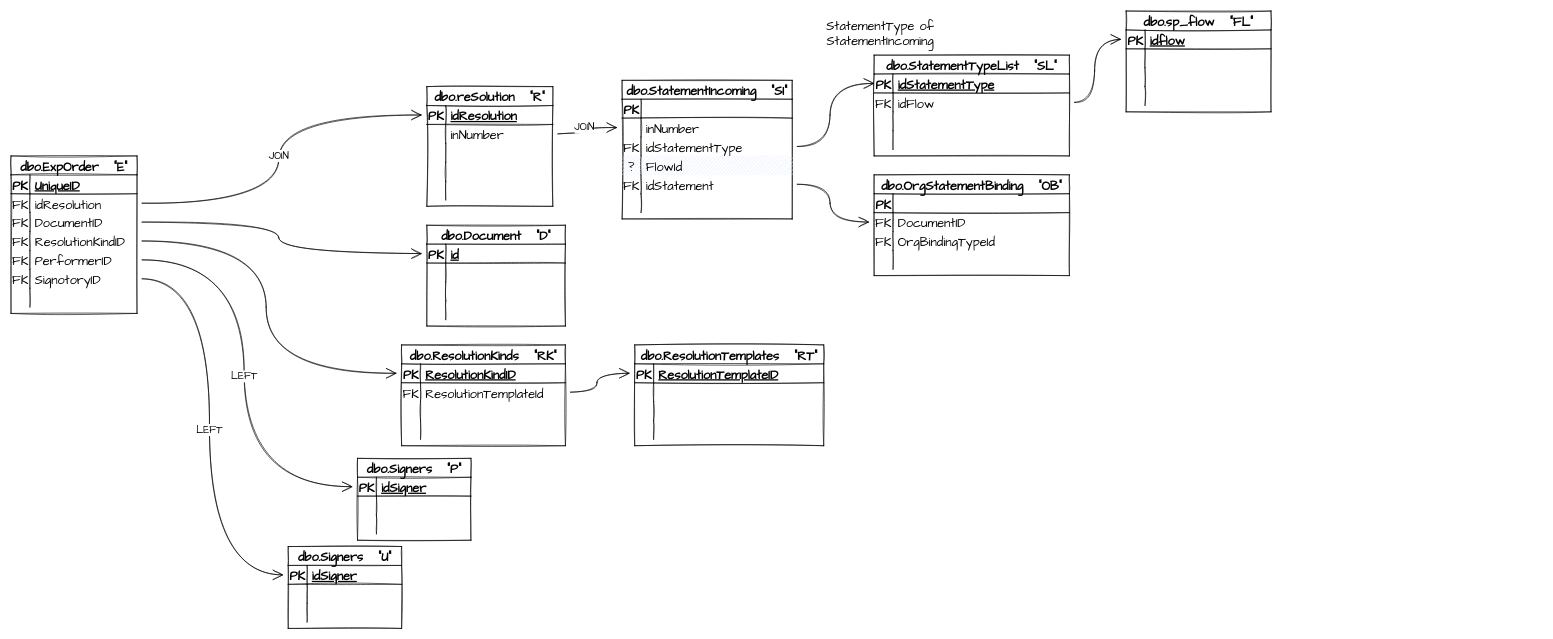
Earlier version of the draw.io diagram SQL/GRLS/dbo/StoredProc/GetRpTaskBMCP.sql/GetRpTaskBMCP.drawio (davyd0ff/so-line-grls). Source tidied: cells renumbered, new cells numbered last; positions are measured from the earlier drawing's top-left corner, leaving out a move shared by most shapes. Both pictures are drawn from the tidied source at 63%, with x=0, y=0 at pixel (11, 11).
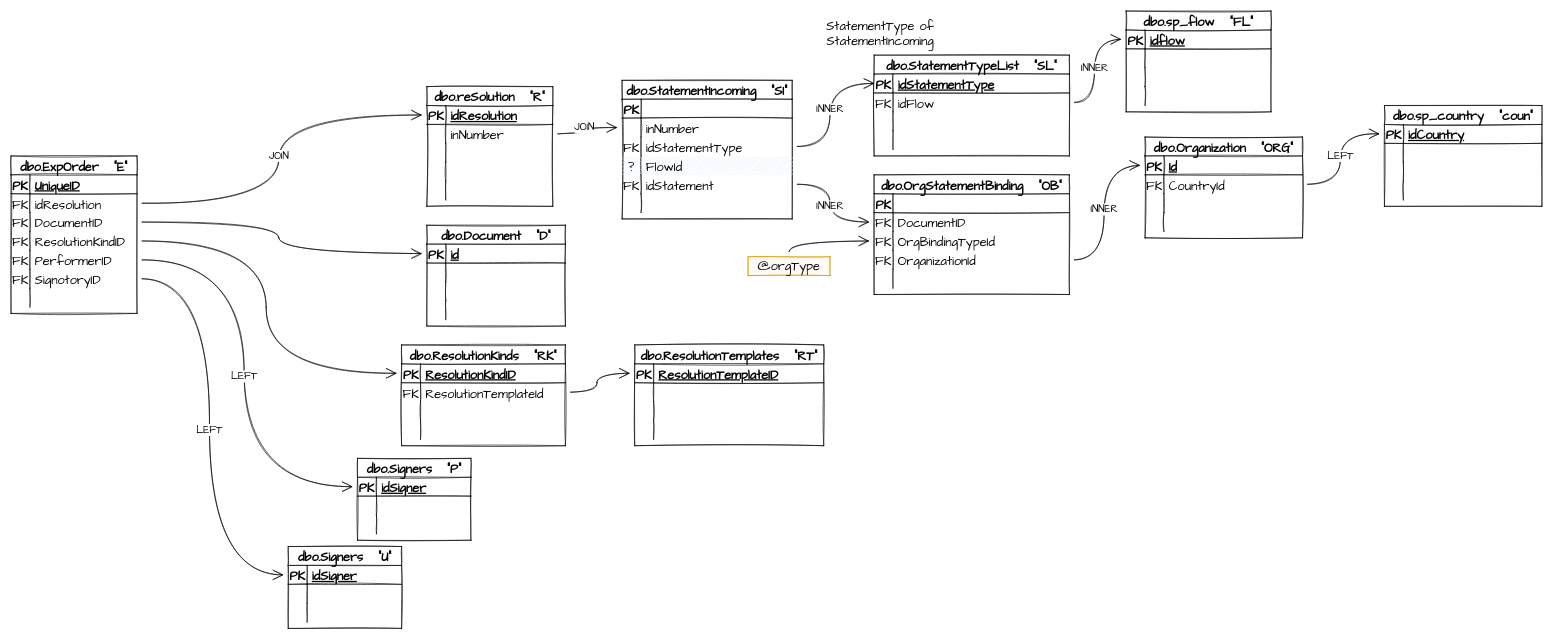
The same diagram, later.

Unchanged cells that the change refers to:
```xml
<mxCell id="48" style="shape=tableRow;horizontal=0;startSize=0;swimlaneHead=0;swimlaneBody=0;fillColor=none;points=[[0,0.5],[1,0.5]];portConstraint=eastwest;top=0;left=0;right=0;bottom=0;sketch=1;hachureGap=4;fontFamily=Architects Daughter;fontSize=20;" parent="41" vertex="1">
  <mxGeometry y="90" width="270" height="30" as="geometry" />
</mxCell>
<mxCell id="54" style="shape=tableRow;horizontal=0;startSize=0;swimlaneHead=0;swimlaneBody=0;fillColor=none;points=[[0,0.5],[1,0.5]];portConstraint=eastwest;top=0;left=0;right=0;bottom=0;sketch=1;hachureGap=4;fontFamily=Architects Daughter;fontSize=20;" parent="41" vertex="1">
  <mxGeometry y="150" width="270" height="30" as="geometry" />
</mxCell>
<mxCell id="62" style="shape=tableRow;horizontal=0;startSize=0;swimlaneHead=0;swimlaneBody=0;fillColor=none;points=[[0,0.5],[1,0.5]];portConstraint=eastwest;top=0;left=0;right=0;bottom=1;sketch=1;hachureGap=4;fontFamily=Architects Daughter;fontSize=20;" parent="61" vertex="1">
  <mxGeometry y="30" width="310" height="30" as="geometry" />
</mxCell>
<mxCell id="65" style="shape=tableRow;horizontal=0;startSize=0;swimlaneHead=0;swimlaneBody=0;fillColor=none;points=[[0,0.5],[1,0.5]];portConstraint=eastwest;top=0;left=0;right=0;bottom=0;sketch=1;hachureGap=4;fontFamily=Architects Daughter;fontSize=20;" parent="61" vertex="1">
  <mxGeometry y="60" width="310" height="30" as="geometry" />
</mxCell>
<mxCell id="119" style="shape=tableRow;horizontal=0;startSize=0;swimlaneHead=0;swimlaneBody=0;fillColor=none;points=[[0,0.5],[1,0.5]];portConstraint=eastwest;top=0;left=0;right=0;bottom=1;sketch=1;hachureGap=4;fontFamily=Architects Daughter;fontSize=20;" parent="118" vertex="1">
  <mxGeometry y="30" width="230" height="30" as="geometry" />
</mxCell>
<mxCell id="158" style="shape=tableRow;horizontal=0;startSize=0;swimlaneHead=0;swimlaneBody=0;fillColor=none;points=[[0,0.5],[1,0.5]];portConstraint=eastwest;top=0;left=0;right=0;bottom=0;sketch=1;hachureGap=4;fontFamily=Architects Daughter;fontSize=20;" parent="154" vertex="1">
  <mxGeometry y="60" width="310" height="30" as="geometry" />
</mxCell>
<mxCell id="161" style="shape=tableRow;horizontal=0;startSize=0;swimlaneHead=0;swimlaneBody=0;fillColor=none;points=[[0,0.5],[1,0.5]];portConstraint=eastwest;top=0;left=0;right=0;bottom=0;sketch=1;hachureGap=4;fontFamily=Architects Daughter;fontSize=20;" parent="154" vertex="1">
  <mxGeometry y="90" width="310" height="30" as="geometry" />
</mxCell>
<mxCell id="164" style="shape=tableRow;horizontal=0;startSize=0;swimlaneHead=0;swimlaneBody=0;fillColor=none;points=[[0,0.5],[1,0.5]];portConstraint=eastwest;top=0;left=0;right=0;bottom=0;sketch=1;hachureGap=4;fontFamily=Architects Daughter;fontSize=20;" parent="154" vertex="1">
  <mxGeometry y="120" width="310" height="30" as="geometry" />
</mxCell>
```

What changed in the source:
```diff
@@
-    <mxCell id="74" style="edgeStyle=orthogonalEdgeStyle;curved=1;rounded=0;sketch=1;hachureGap=4;jettySize=auto;html=1;fontFamily=Architects Daughter;fontSize=16;endArrow=open;startSize=14;endSize=14;sourcePerimeterSpacing=8;targetPerimeterSpacing=8;entryX=0;entryY=0.5;entryDx=0;entryDy=0;" parent="1" edge="1" source="48" target="62">
+    <mxCell id="74" value="INNER" style="edgeStyle=orthogonalEdgeStyle;curved=1;rounded=0;sketch=1;hachureGap=4;jettySize=auto;html=1;fontFamily=Architects Daughter;fontSize=16;endArrow=open;startSize=14;endSize=14;sourcePerimeterSpacing=8;targetPerimeterSpacing=8;entryX=0;entryY=0.5;entryDx=0;entryDy=0;" parent="1" edge="1" source="48" target="62">
       <mxGeometry relative="1" as="geometry" />
     </mxCell>
@@
-    <mxCell id="131" style="edgeStyle=orthogonalEdgeStyle;curved=1;rounded=0;sketch=1;hachureGap=4;jettySize=auto;html=1;fontFamily=Architects Daughter;fontSize=16;endArrow=open;startSize=14;endSize=14;sourcePerimeterSpacing=8;targetPerimeterSpacing=8;" parent="1" edge="1" source="65" target="119">
+    <mxCell id="131" value="INNER" style="edgeStyle=orthogonalEdgeStyle;curved=1;rounded=0;sketch=1;hachureGap=4;jettySize=auto;html=1;fontFamily=Architects Daughter;fontSize=16;endArrow=open;startSize=14;endSize=14;sourcePerimeterSpacing=8;targetPerimeterSpacing=8;" parent="1" edge="1" source="65" target="119">
       <mxGeometry relative="1" as="geometry" />
     </mxCell>
@@
     <mxCell id="154" value="dbo.OrgStatementBinding   &quot;OB&quot;" style="shape=table;startSize=30;childLayout=tableLayout;rowLines=0;fontStyle=1;align=center;sketch=1;hachureGap=4;fontFamily=Architects Daughter;fontSize=20;" parent="1" vertex="1">
-      <mxGeometry x="1370" y="260" width="310" height="160" as="geometry" />
+      <mxGeometry x="1370" y="260" width="310" height="190" as="geometry" />
     </mxCell>
@@
-    <mxCell id="165" style="shape=partialRectangle;fillColor=none;top=0;left=0;bottom=0;right=0;overflow=hidden;sketch=1;hachureGap=4;fontFamily=Architects Daughter;fontSize=20;" parent="164" vertex="1">
+    <mxCell id="165" value="FK" style="shape=partialRectangle;fillColor=none;top=0;left=0;bottom=0;right=0;overflow=hidden;sketch=1;hachureGap=4;fontFamily=Architects Daughter;fontSize=20;" parent="164" vertex="1">
       <mxGeometry width="30" height="30" as="geometry" />
     </mxCell>
-    <mxCell id="166" value="   " style="shape=partialRectangle;fillColor=none;top=0;left=0;bottom=0;right=0;align=left;spacingLeft=6;overflow=hidden;sketch=1;hachureGap=4;fontFamily=Architects Daughter;fontSize=20;" parent="164" vertex="1">
+    <mxCell id="166" value="OrganizationId" style="shape=partialRectangle;fillColor=none;top=0;left=0;bottom=0;right=0;align=left;spacingLeft=6;overflow=hidden;sketch=1;hachureGap=4;fontFamily=Architects Daughter;fontSize=20;" parent="164" vertex="1">
       <mxGeometry x="30" width="280" height="30" as="geometry" />
     </mxCell>
+    <mxCell id="168" style="shape=tableRow;horizontal=0;startSize=0;swimlaneHead=0;swimlaneBody=0;fillColor=none;top=0;left=0;right=0;bottom=0;sketch=1;hachureGap=4;fontFamily=Architects Daughter;fontSize=20;" parent="154" vertex="1">
+      <mxGeometry y="150" width="310" height="30" as="geometry" />
+    </mxCell>
+    <mxCell id="169" style="shape=partialRectangle;fillColor=none;top=0;left=0;bottom=0;right=0;overflow=hidden;sketch=1;hachureGap=4;fontFamily=Architects Daughter;fontSize=20;" parent="168" vertex="1">
+      <mxGeometry width="30" height="30" as="geometry" />
+    </mxCell>
+    <mxCell id="170" value="   " style="shape=partialRectangle;fillColor=none;top=0;left=0;bottom=0;right=0;align=left;spacingLeft=6;overflow=hidden;sketch=1;hachureGap=4;fontFamily=Architects Daughter;fontSize=20;" parent="168" vertex="1">
+      <mxGeometry x="30" width="280" height="30" as="geometry" />
+    </mxCell>
-    <mxCell id="167" style="edgeStyle=orthogonalEdgeStyle;curved=1;rounded=0;sketch=1;hachureGap=4;jettySize=auto;html=1;fontFamily=Architects Daughter;fontSize=16;endArrow=open;startSize=14;endSize=14;sourcePerimeterSpacing=8;targetPerimeterSpacing=8;" parent="1" edge="1" source="54" target="158">
+    <mxCell id="167" value="INNER" style="edgeStyle=orthogonalEdgeStyle;curved=1;rounded=0;sketch=1;hachureGap=4;jettySize=auto;html=1;fontFamily=Architects Daughter;fontSize=16;endArrow=open;startSize=14;endSize=14;sourcePerimeterSpacing=8;targetPerimeterSpacing=8;" parent="1" edge="1" source="54" target="158">
       <mxGeometry relative="1" as="geometry" />
     </mxCell>
+    <mxCell id="171" style="edgeStyle=orthogonalEdgeStyle;curved=1;rounded=0;sketch=1;hachureGap=4;jettySize=auto;html=1;fontFamily=Architects Daughter;fontSize=16;endArrow=open;startSize=14;endSize=14;sourcePerimeterSpacing=8;targetPerimeterSpacing=8;" parent="1" edge="1" source="172" target="161">
+      <mxGeometry relative="1" as="geometry" />
+    </mxCell>
+    <mxCell id="172" value="@orgType" style="text;html=1;strokeColor=#d79b00;fillColor=#ffe6cc;align=center;verticalAlign=middle;whiteSpace=wrap;rounded=0;sketch=1;hachureGap=4;fontFamily=Architects Daughter;fontSize=20;" parent="1" vertex="1">
+      <mxGeometry x="1170" y="390" width="130" height="30" as="geometry" />
+    </mxCell>
+    <mxCell id="173" value="dbo.Organization   &quot;ORG&quot;" style="shape=table;startSize=30;childLayout=tableLayout;rowLines=0;fontStyle=1;align=center;sketch=1;hachureGap=4;fontFamily=Architects Daughter;fontSize=20;" parent="1" vertex="1">
+      <mxGeometry x="1800" y="200" width="250" height="160" as="geometry" />
+    </mxCell>
+    <mxCell id="174" style="shape=tableRow;horizontal=0;startSize=0;swimlaneHead=0;swimlaneBody=0;fillColor=none;points=[[0,0.5],[1,0.5]];portConstraint=eastwest;top=0;left=0;right=0;bottom=1;sketch=1;hachureGap=4;fontFamily=Architects Daughter;fontSize=20;" parent="173" vertex="1">
+      <mxGeometry y="30" width="250" height="30" as="geometry" />
+    </mxCell>
+    <mxCell id="175" value="PK" style="shape=partialRectangle;fillColor=none;top=0;left=0;bottom=0;right=0;fontStyle=1;overflow=hidden;sketch=1;hachureGap=4;fontFamily=Architects Daughter;fontSize=20;" parent="174" vertex="1">
+      <mxGeometry width="30" height="30" as="geometry" />
+    </mxCell>
+    <mxCell id="176" value="Id" style="shape=partialRectangle;fillColor=none;top=0;left=0;bottom=0;right=0;align=left;spacingLeft=6;fontStyle=5;overflow=hidden;sketch=1;hachureGap=4;fontFamily=Architects Daughter;fontSize=20;" parent="174" vertex="1">
+      <mxGeometry x="30" width="220" height="30" as="geometry" />
+    </mxCell>
+    <mxCell id="177" style="shape=tableRow;horizontal=0;startSize=0;swimlaneHead=0;swimlaneBody=0;fillColor=none;points=[[0,0.5],[1,0.5]];portConstraint=eastwest;top=0;left=0;right=0;bottom=0;sketch=1;hachureGap=4;fontFamily=Architects Daughter;fontSize=20;" parent="173" vertex="1">
+      <mxGeometry y="60" width="250" height="30" as="geometry" />
+    </mxCell>
+    <mxCell id="178" value="FK" style="shape=partialRectangle;fillColor=none;top=0;left=0;bottom=0;right=0;overflow=hidden;sketch=1;hachureGap=4;fontFamily=Architects Daughter;fontSize=20;" parent="177" vertex="1">
+      <mxGeometry width="30" height="30" as="geometry" />
+    </mxCell>
+    <mxCell id="179" value="CountryId" style="shape=partialRectangle;fillColor=none;top=0;left=0;bottom=0;right=0;align=left;spacingLeft=6;overflow=hidden;sketch=1;hachureGap=4;fontFamily=Architects Daughter;fontSize=20;" parent="177" vertex="1">
+      <mxGeometry x="30" width="220" height="30" as="geometry" />
+    </mxCell>
+    <mxCell id="180" style="shape=tableRow;horizontal=0;startSize=0;swimlaneHead=0;swimlaneBody=0;fillColor=none;top=0;left=0;right=0;bottom=0;sketch=1;hachureGap=4;fontFamily=Architects Daughter;fontSize=20;" parent="173" vertex="1">
+      <mxGeometry y="90" width="250" height="30" as="geometry" />
+    </mxCell>
+    <mxCell id="181" style="shape=partialRectangle;fillColor=none;top=0;left=0;bottom=0;right=0;overflow=hidden;sketch=1;hachureGap=4;fontFamily=Architects Daughter;fontSize=20;" parent="180" vertex="1">
+      <mxGeometry width="30" height="30" as="geometry" />
+    </mxCell>
+    <mxCell id="182" value="  " style="shape=partialRectangle;fillColor=none;top=0;left=0;bottom=0;right=0;align=left;spacingLeft=6;overflow=hidden;sketch=1;hachureGap=4;fontFamily=Architects Daughter;fontSize=20;" parent="180" vertex="1">
+      <mxGeometry x="30" width="220" height="30" as="geometry" />
+    </mxCell>
+    <mxCell id="183" style="shape=tableRow;horizontal=0;startSize=0;swimlaneHead=0;swimlaneBody=0;fillColor=none;top=0;left=0;right=0;bottom=0;sketch=1;hachureGap=4;fontFamily=Architects Daughter;fontSize=20;" parent="173" vertex="1">
+      <mxGeometry y="120" width="250" height="30" as="geometry" />
+    </mxCell>
+    <mxCell id="184" style="shape=partialRectangle;fillColor=none;top=0;left=0;bottom=0;right=0;overflow=hidden;sketch=1;hachureGap=4;fontFamily=Architects Daughter;fontSize=20;" parent="183" vertex="1">
+      <mxGeometry width="30" height="30" as="geometry" />
+    </mxCell>
+    <mxCell id="185" value="   " style="shape=partialRectangle;fillColor=none;top=0;left=0;bottom=0;right=0;align=left;spacingLeft=6;overflow=hidden;sketch=1;hachureGap=4;fontFamily=Architects Daughter;fontSize=20;" parent="183" vertex="1">
+      <mxGeometry x="30" width="220" height="30" as="geometry" />
+    </mxCell>
+    <mxCell id="186" value="INNER" style="edgeStyle=orthogonalEdgeStyle;curved=1;rounded=0;sketch=1;hachureGap=4;jettySize=auto;html=1;fontFamily=Architects Daughter;fontSize=16;endArrow=open;startSize=14;endSize=14;sourcePerimeterSpacing=8;targetPerimeterSpacing=8;" parent="1" edge="1" source="164" target="174">
+      <mxGeometry relative="1" as="geometry" />
+    </mxCell>
+    <mxCell id="187" value="dbo.sp_country   &quot;coun&quot;" style="shape=table;startSize=30;childLayout=tableLayout;rowLines=0;fontStyle=1;align=center;sketch=1;hachureGap=4;fontFamily=Architects Daughter;fontSize=20;" parent="1" vertex="1">
+      <mxGeometry x="2180" y="150" width="250" height="160" as="geometry" />
+    </mxCell>
+    <mxCell id="188" style="shape=tableRow;horizontal=0;startSize=0;swimlaneHead=0;swimlaneBody=0;fillColor=none;points=[[0,0.5],[1,0.5]];portConstraint=eastwest;top=0;left=0;right=0;bottom=1;sketch=1;hachureGap=4;fontFamily=Architects Daughter;fontSize=20;" parent="187" vertex="1">
+      <mxGeometry y="30" width="250" height="30" as="geometry" />
+    </mxCell>
+    <mxCell id="189" value="PK" style="shape=partialRectangle;fillColor=none;top=0;left=0;bottom=0;right=0;fontStyle=1;overflow=hidden;sketch=1;hachureGap=4;fontFamily=Architects Daughter;fontSize=20;" parent="188" vertex="1">
+      <mxGeometry width="30" height="30" as="geometry" />
+    </mxCell>
+    <mxCell id="190" value="idCountry" style="shape=partialRectangle;fillColor=none;top=0;left=0;bottom=0;right=0;align=left;spacingLeft=6;fontStyle=5;overflow=hidden;sketch=1;hachureGap=4;fontFamily=Architects Daughter;fontSize=20;" parent="188" vertex="1">
+      <mxGeometry x="30" width="220" height="30" as="geometry" />
+    </mxCell>
+    <mxCell id="191" style="shape=tableRow;horizontal=0;startSize=0;swimlaneHead=0;swimlaneBody=0;fillColor=none;top=0;left=0;right=0;bottom=0;sketch=1;hachureGap=4;fontFamily=Architects Daughter;fontSize=20;" parent="187" vertex="1">
+      <mxGeometry y="60" width="250" height="30" as="geometry" />
+    </mxCell>
+    <mxCell id="192" style="shape=partialRectangle;fillColor=none;top=0;left=0;bottom=0;right=0;overflow=hidden;sketch=1;hachureGap=4;fontFamily=Architects Daughter;fontSize=20;" parent="191" vertex="1">
+      <mxGeometry width="30" height="30" as="geometry" />
+    </mxCell>
+    <mxCell id="193" style="shape=partialRectangle;fillColor=none;top=0;left=0;bottom=0;right=0;align=left;spacingLeft=6;overflow=hidden;sketch=1;hachureGap=4;fontFamily=Architects Daughter;fontSize=20;" parent="191" vertex="1">
+      <mxGeometry x="30" width="220" height="30" as="geometry" />
+    </mxCell>
+    <mxCell id="194" style="shape=tableRow;horizontal=0;startSize=0;swimlaneHead=0;swimlaneBody=0;fillColor=none;top=0;left=0;right=0;bottom=0;sketch=1;hachureGap=4;fontFamily=Architects Daughter;fontSize=20;" parent="187" vertex="1">
+      <mxGeometry y="90" width="250" height="30" as="geometry" />
+    </mxCell>
+    <mxCell id="195" style="shape=partialRectangle;fillColor=none;top=0;left=0;bottom=0;right=0;overflow=hidden;sketch=1;hachureGap=4;fontFamily=Architects Daughter;fontSize=20;" parent="194" vertex="1">
+      <mxGeometry width="30" height="30" as="geometry" />
+    </mxCell>
+    <mxCell id="196" value="  " style="shape=partialRectangle;fillColor=none;top=0;left=0;bottom=0;right=0;align=left;spacingLeft=6;overflow=hidden;sketch=1;hachureGap=4;fontFamily=Architects Daughter;fontSize=20;" parent="194" vertex="1">
+      <mxGeometry x="30" width="220" height="30" as="geometry" />
+    </mxCell>
+    <mxCell id="197" style="shape=tableRow;horizontal=0;startSize=0;swimlaneHead=0;swimlaneBody=0;fillColor=none;top=0;left=0;right=0;bottom=0;sketch=1;hachureGap=4;fontFamily=Architects Daughter;fontSize=20;" parent="187" vertex="1">
+      <mxGeometry y="120" width="250" height="30" as="geometry" />
+    </mxCell>
+    <mxCell id="198" style="shape=partialRectangle;fillColor=none;top=0;left=0;bottom=0;right=0;overflow=hidden;sketch=1;hachureGap=4;fontFamily=Architects Daughter;fontSize=20;" parent="197" vertex="1">
+      <mxGeometry width="30" height="30" as="geometry" />
+    </mxCell>
+    <mxCell id="199" value="   " style="shape=partialRectangle;fillColor=none;top=0;left=0;bottom=0;right=0;align=left;spacingLeft=6;overflow=hidden;sketch=1;hachureGap=4;fontFamily=Architects Daughter;fontSize=20;" parent="197" vertex="1">
+      <mxGeometry x="30" width="220" height="30" as="geometry" />
+    </mxCell>
+    <mxCell id="200" value="LEFT" style="edgeStyle=orthogonalEdgeStyle;curved=1;rounded=0;sketch=1;hachureGap=4;jettySize=auto;html=1;fontFamily=Architects Daughter;fontSize=16;endArrow=open;startSize=14;endSize=14;sourcePerimeterSpacing=8;targetPerimeterSpacing=8;" parent="1" edge="1" source="177" target="188">
+      <mxGeometry relative="1" as="geometry" />
+    </mxCell>
```
